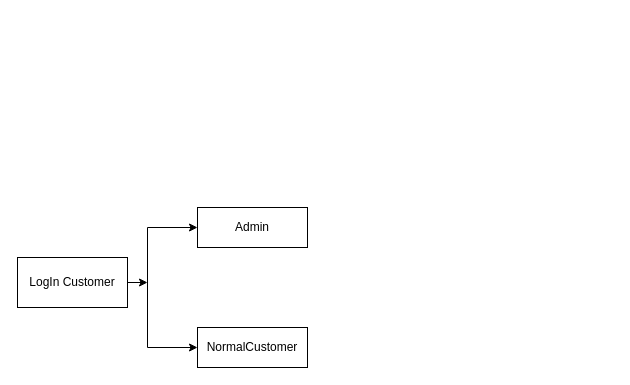
hiren0000/Butter_SB_Rest_API keeps this draw.io diagram as Butter_SB_Diagram.drawio. Above is the earlier version. Source tidied: cells renumbered, new cells numbered last; positions are measured from the earlier drawing's top-left corner, leaving out a move shared by most shapes. Both pictures are drawn from the tidied source at 100%, with x=0, y=0 at pixel (17, 207).
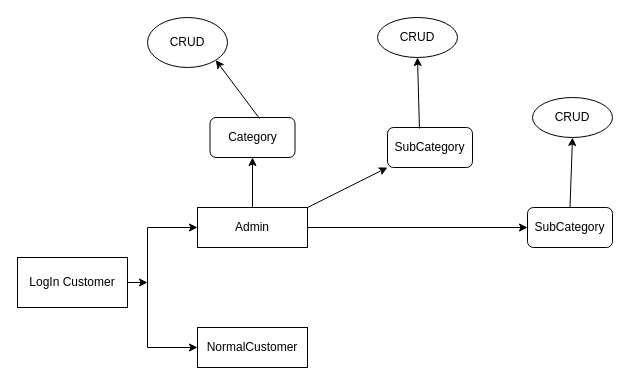
After the change.

Unchanged cells that the change refers to:
```xml
<mxCell id="4" value="Admin" style="rounded=0;whiteSpace=wrap;html=1;" parent="1" vertex="1">
  <mxGeometry x="180" width="110" height="40" as="geometry" />
</mxCell>
```

Change to the diagram source:
```diff
@@
+    <mxCell id="7" style="endArrow=classic;html=1;rounded=0;entryX=0.5;entryY=1;entryDx=0;entryDy=0;exitX=0.5;exitY=0;exitDx=0;exitDy=0;" parent="1" edge="1" source="4" target="8">
+      <mxGeometry relative="1" as="geometry" />
+    </mxCell>
+    <mxCell id="8" value="Category" style="rounded=1;whiteSpace=wrap;html=1;" parent="1" vertex="1">
+      <mxGeometry x="192.5" y="-90" width="85" height="40" as="geometry" />
+    </mxCell>
+    <mxCell id="9" value="CRUD" style="ellipse;whiteSpace=wrap;html=1;" parent="1" vertex="1">
+      <mxGeometry x="130" y="-190" width="80" height="50" as="geometry" />
+    </mxCell>
+    <mxCell id="10" style="endArrow=classic;html=1;rounded=0;exitX=0.582;exitY=0.025;exitDx=0;exitDy=0;exitPerimeter=0;entryX=1;entryY=1;entryDx=0;entryDy=0;" parent="1" edge="1" source="8" target="9">
+      <mxGeometry relative="1" as="geometry" />
+    </mxCell>
+    <mxCell id="11" value="SubCategory" style="rounded=1;whiteSpace=wrap;html=1;" parent="1" vertex="1">
+      <mxGeometry x="370" y="-80" width="85" height="40" as="geometry" />
+    </mxCell>
+    <mxCell id="12" style="endArrow=classic;html=1;rounded=0;entryX=0;entryY=1;entryDx=0;entryDy=0;" parent="1" edge="1" target="11">
+      <mxGeometry relative="1" as="geometry">
+        <mxPoint x="290" as="sourcePoint" />
+      </mxGeometry>
+    </mxCell>
+    <mxCell id="13" value="CRUD" style="ellipse;whiteSpace=wrap;html=1;" parent="1" vertex="1">
+      <mxGeometry x="360" y="-190" width="80" height="40" as="geometry" />
+    </mxCell>
+    <mxCell id="14" style="endArrow=classic;html=1;rounded=0;exitX=0.376;exitY=0.025;exitDx=0;exitDy=0;exitPerimeter=0;entryX=0.5;entryY=1;entryDx=0;entryDy=0;" parent="1" edge="1" source="11" target="13">
+      <mxGeometry relative="1" as="geometry" />
+    </mxCell>
+    <mxCell id="15" value="SubCategory" style="rounded=1;whiteSpace=wrap;html=1;" parent="1" vertex="1">
+      <mxGeometry x="510" width="85" height="40" as="geometry" />
+    </mxCell>
+    <mxCell id="16" style="endArrow=classic;html=1;rounded=0;entryX=0;entryY=0.5;entryDx=0;entryDy=0;exitX=1;exitY=0.5;exitDx=0;exitDy=0;" parent="1" edge="1" source="4" target="15">
+      <mxGeometry relative="1" as="geometry" />
+    </mxCell>
+    <mxCell id="17" value="CRUD" style="ellipse;whiteSpace=wrap;html=1;" parent="1" vertex="1">
+      <mxGeometry x="515" y="-110" width="80" height="40" as="geometry" />
+    </mxCell>
+    <mxCell id="18" style="endArrow=classic;html=1;rounded=0;exitX=0.5;exitY=0;exitDx=0;exitDy=0;entryX=0.5;entryY=1;entryDx=0;entryDy=0;" parent="1" edge="1" source="15" target="17">
+      <mxGeometry relative="1" as="geometry" />
+    </mxCell>
```
